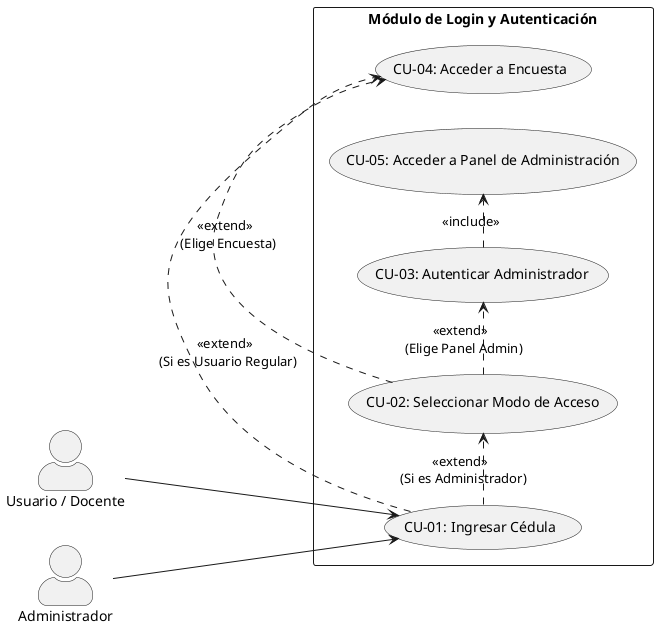
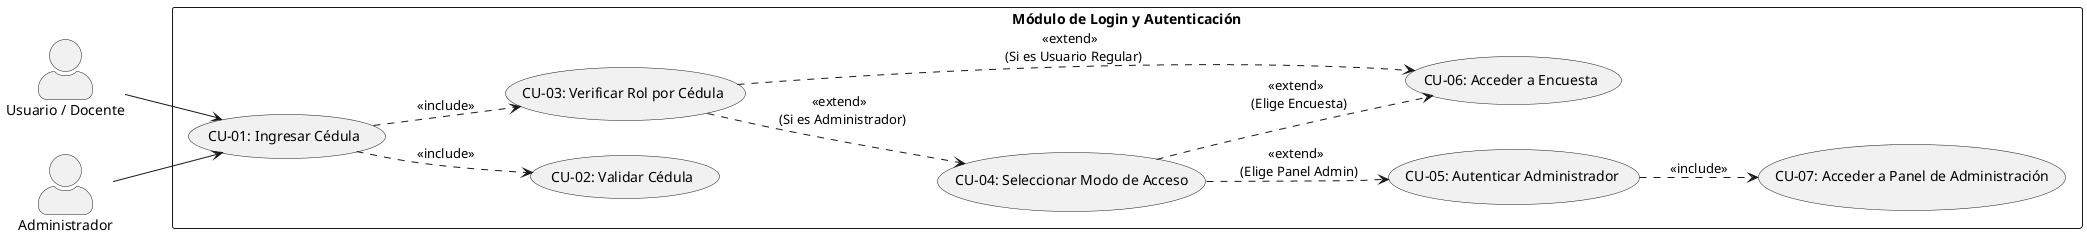
@startuml Diagrama_Casos_De_Uso_Autenticacion

left to right direction
skinparam packageStyle rectangle
skinparam shadowing false
skinparam actorStyle awesome

actor "Usuario / Docente" as Usuario
actor "Administrador" as Admin

rectangle "Módulo de Login y Autenticación" {
    usecase "CU-01: Ingresar Cédula" as CU_IngresarCedula
-     usecase "CU-02: Seleccionar Modo de Acceso" as CU_SeleccionarModo
-     usecase "CU-03: Autenticar Administrador" as CU_AutenticarAdmin
-     usecase "CU-04: Acceder a Encuesta" as CU_AccederEncuesta
-     usecase "CU-05: Acceder a Panel de Administración" as CU_AccederPanel
+     usecase "CU-02: Validar Cédula" as CU_ValidarCedula
+     usecase "CU-03: Verificar Rol por Cédula" as CU_VerificarRol
+     usecase "CU-04: Seleccionar Modo de Acceso" as CU_SeleccionarModo
+     usecase "CU-05: Autenticar Administrador" as CU_AutenticarAdmin
+     usecase "CU-06: Acceder a Encuesta" as CU_AccederEncuesta
+     usecase "CU-07: Acceder a Panel de Administración" as CU_AccederPanel
}

Usuario --> CU_IngresarCedula
Admin --> CU_IngresarCedula

- CU_IngresarCedula .> CU_AccederEncuesta : <<extend>> \n (Si es Usuario Regular)
- CU_IngresarCedula .> CU_SeleccionarModo : <<extend>> \n (Si es Administrador)
+ CU_IngresarCedula ..> CU_ValidarCedula : <<include>>
+ CU_IngresarCedula ..> CU_VerificarRol : <<include>>

- CU_SeleccionarModo .> CU_AccederEncuesta : <<extend>> \n (Elige Encuesta)
- CU_SeleccionarModo .> CU_AutenticarAdmin : <<extend>> \n (Elige Panel Admin)
+ CU_VerificarRol ..> CU_AccederEncuesta : <<extend>> \n (Si es Usuario Regular)
+ CU_VerificarRol ..> CU_SeleccionarModo : <<extend>> \n (Si es Administrador)

- CU_AutenticarAdmin .> CU_AccederPanel : <<include>>
+ CU_SeleccionarModo ..> CU_AccederEncuesta : <<extend>> \n (Elige Encuesta)
+ CU_SeleccionarModo ..> CU_AutenticarAdmin : <<extend>> \n (Elige Panel Admin)
+ 
+ CU_AutenticarAdmin ..> CU_AccederPanel : <<include>>

@enduml
